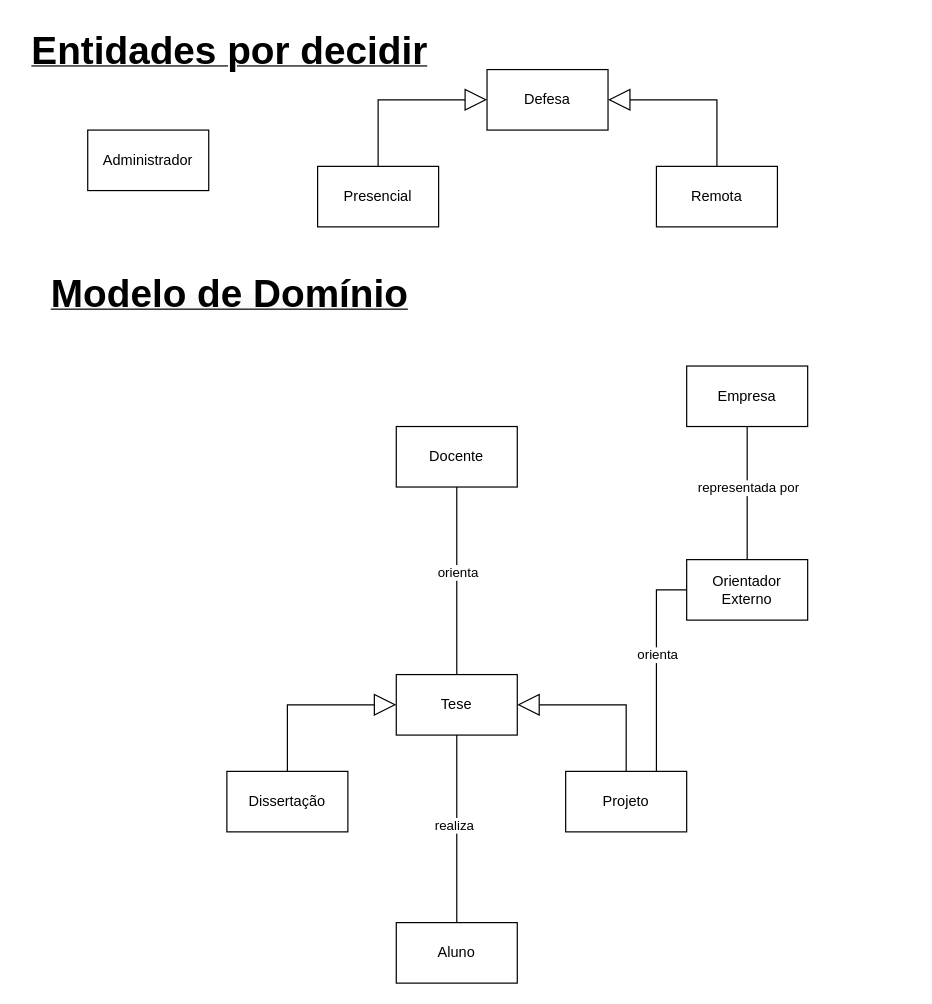
Above: docs/DomainModel.drawio in Sapientia-PT/thesisman (draw.io), before the change. Source tidied: cells renumbered, new cells numbered last; positions are measured from the earlier drawing's top-left corner, leaving out a move shared by most shapes. Both pictures are drawn from the tidied source at 121%, with x=0, y=0 at pixel (21, 33).
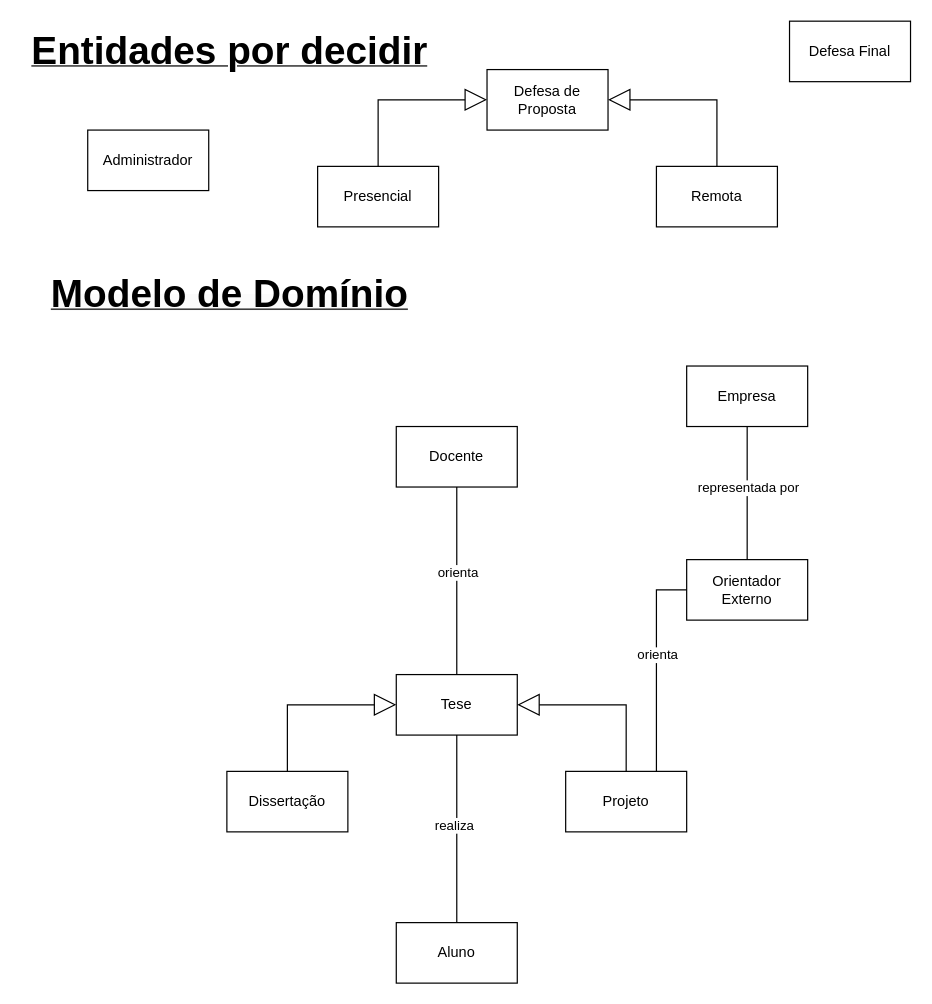
The same diagram, later.

Commit message:
Created new object 'DefesaFinal' and changed the name of 'Defesa' to 'DefesaDeProposta'

What changed in the source:
```diff
@@
-    <mxCell id="11" value="Defesa" style="html=1;whiteSpace=wrap;" parent="1" vertex="1">
+    <mxCell id="11" value="Defesa de Proposta" style="html=1;whiteSpace=wrap;" parent="1" vertex="1">
       <mxGeometry x="385" y="30" width="100" height="50" as="geometry" />
     </mxCell>
@@
+    <mxCell id="27" value="Defesa Final" style="html=1;whiteSpace=wrap;" parent="1" vertex="1">
+      <mxGeometry x="635" y="-10" width="100" height="50" as="geometry" />
+    </mxCell>
```
